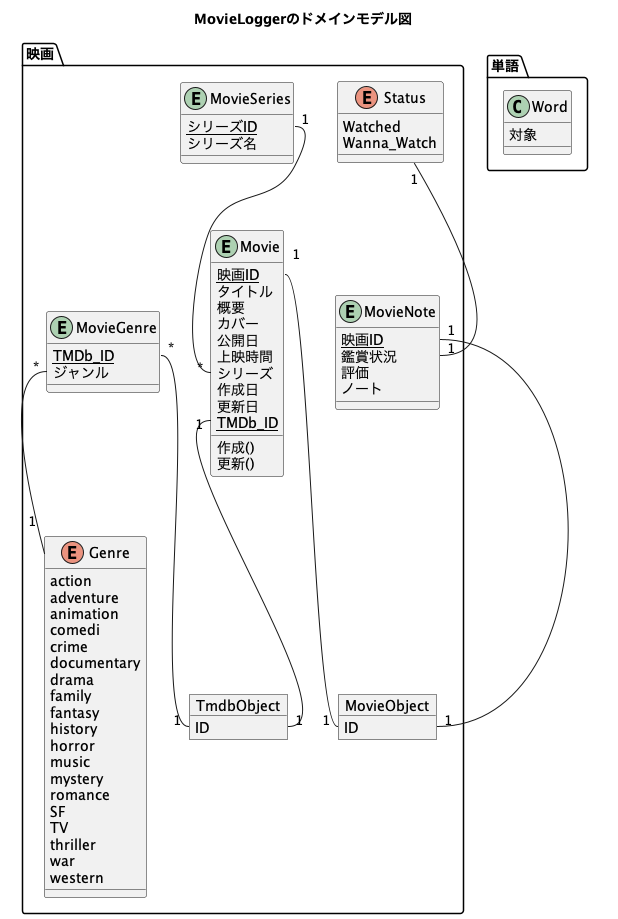
Before: api/docs/fig_domain_model.png, a diagram exported from PlantUML (takeYY/filmography).
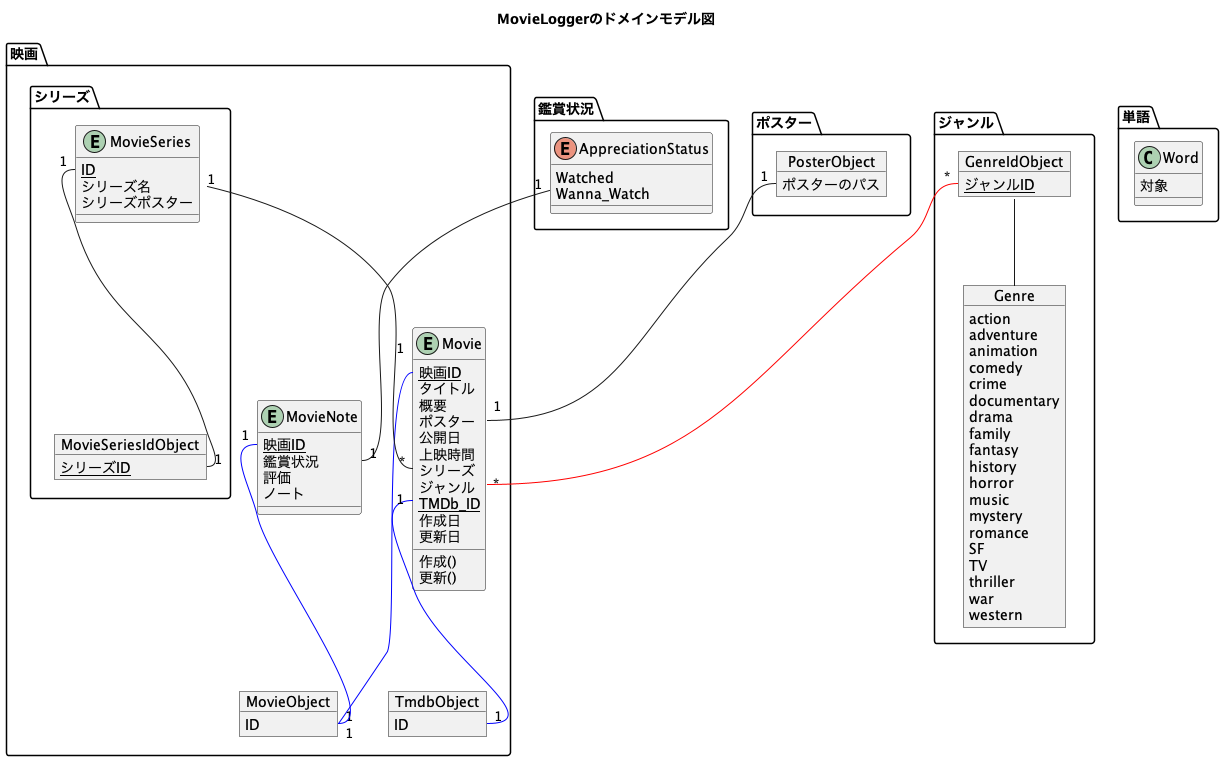
The same file after the commit.

Commit message:
📈 ドメインモデル図を修正

Change to the diagram source:
```diff
@@ -5,23 +5,26 @@
   object MovieObject {
     ID
   }
+  object TmdbObject {
+    ID
+  }
 
   entity Movie {
     {static} 映画ID
     タイトル
     概要
-    カバー
+    ポスター
     公開日
     上映時間
     シリーズ
+    ジャンル
+    {static} TMDb_ID
     作成日
     更新日
-    {static} TMDb_ID
 
     作成()
     更新()
   }
-
   entity MovieNote {
     {static} 映画ID
     鑑賞状況
@@ -29,30 +32,55 @@
     ノート
   }
 
-  entity MovieSeries {
-    {static} シリーズID
-    シリーズ名
+
+
+
+  Movie::映画ID "1" -[#Blue]- "1" MovieObject::ID
+  Movie::TMDb_ID "1" -[#Blue]- "1" TmdbObject::ID
+
+  MovieNote::映画ID "1" -[#Blue]- "1" MovieObject::ID
+
+
+  package シリーズ {
+    object MovieSeriesIdObject {
+      {static} シリーズID
+    }
+
+    entity MovieSeries {
+      {static} ID
+      シリーズ名
+      シリーズポスター
+    }
   }
 
-  object TmdbObject {
-    ID
-  }
+  MovieSeries "1" -- "*" Movie::シリーズ
+  MovieSeries::ID "1" -- "1" MovieSeriesIdObject::シリーズID
+}
 
-  enum Status {
+
+
+
+package 鑑賞状況 {
+  enum AppreciationStatus {
     Watched
     Wanna_Watch
   }
 
-  entity MovieGenre{
-    {static} TMDb_ID
-    ジャンル
+  AppreciationStatus "1" -- "1" MovieNote::鑑賞状況
+}
+
+
+
+
+package ジャンル {
+  object GenreIdObject {
+    {static} ジャンルID
   }
-
-  enum Genre {
+  object Genre {
     action
     adventure
     animation
-    comedi
+    comedy
     crime
     documentary
     drama
@@ -70,22 +98,23 @@
     western
   }
 
+  GenreIdObject -- Genre
+  GenreIdObject::ジャンルID "*" -[#Red]- "*" Movie::ジャンル
+}
 
 
 
 
-  Movie::映画ID "1" -- "1" MovieObject::ID
-  Movie::TMDb_ID "1" -- "1" TmdbObject::ID
+package ポスター {
+  object PosterObject {
+    ポスターのパス
+  }
 
-  MovieNote::映画ID "1" -- "1" MovieObject::ID
+  PosterObject::ポスターのパス "1" -- "1" Movie::ポスター
+}
 
-  Status "1" -- "1" MovieNote::鑑賞状況
 
-  MovieGenre::TMDb_ID "*" -- "1" TmdbObject::ID
-  MovieGenre::ジャンル "*" -- "1" Genre
 
-  MovieSeries::シリーズID "1" -- "*" Movie::シリーズ
-}
 
 package 単語 {
   class Word {
```
